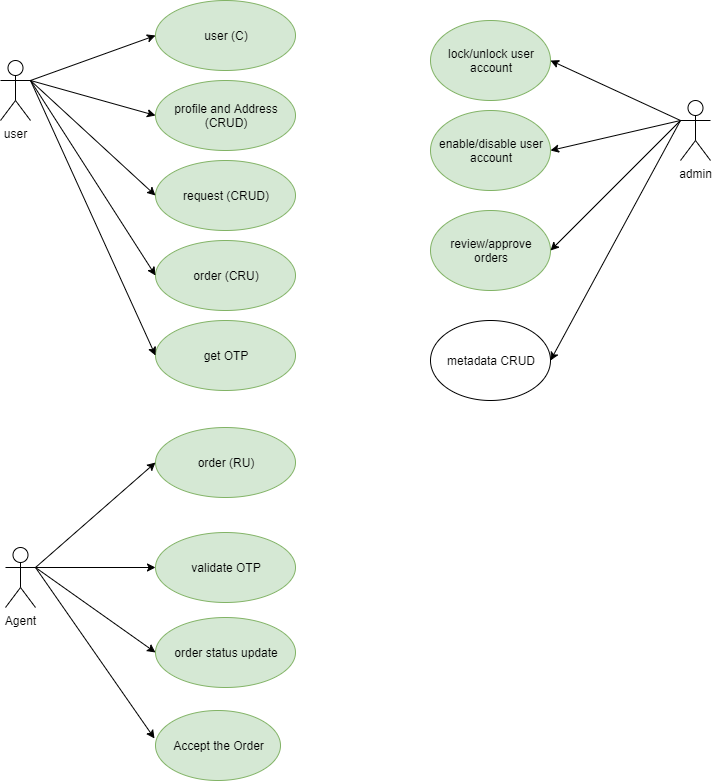
The draw.io diagram SimpleService.png in sridhar-jarch/simpleservice, before a commit. Source tidied: cells renumbered, new cells last; positions are measured from the earlier drawing's top-left corner, leaving out a move shared by most shapes.
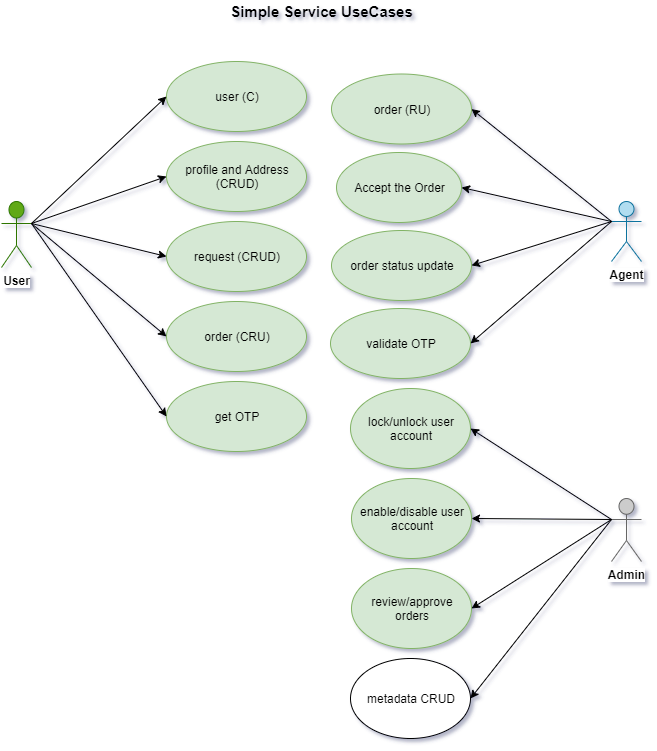
The same diagram one commit later.

Commit message:
updated style for usecase diagram in xml and image format

The edit, as a diff of the source:
```diff
@@ -2,8 +2,8 @@
   <root>
     <mxCell id="0" />
     <mxCell id="1" parent="0" />
-    <mxCell id="2" value="user" style="shape=umlActor;verticalLabelPosition=bottom;labelBackgroundColor=#ffffff;verticalAlign=top;html=1;" parent="1" vertex="1">
-      <mxGeometry y="60" width="30" height="60" as="geometry" />
+    <mxCell id="2" value="&lt;font color=&quot;#000000&quot;&gt;&lt;b&gt;User&lt;/b&gt;&lt;/font&gt;" style="shape=umlActor;verticalLabelPosition=bottom;labelBackgroundColor=#ffffff;verticalAlign=top;html=1;fillColor=#60a917;strokeColor=#2D7600;fontColor=#ffffff;" parent="1" vertex="1">
+      <mxGeometry x="-10" y="140" width="30" height="66" as="geometry" />
     </mxCell>
     <mxCell id="3" value="user (C)" style="ellipse;whiteSpace=wrap;html=1;fillColor=#d5e8d4;strokeColor=#82b366;" parent="1" vertex="1">
       <mxGeometry x="155" width="140" height="70" as="geometry" />
@@ -14,37 +14,35 @@
     <mxCell id="5" value="get OTP" style="ellipse;whiteSpace=wrap;html=1;fillColor=#d5e8d4;strokeColor=#82b366;" parent="1" vertex="1">
       <mxGeometry x="155" y="320" width="140" height="70" as="geometry" />
     </mxCell>
-    <mxCell id="6" value="Agent" style="shape=umlActor;verticalLabelPosition=bottom;labelBackgroundColor=#ffffff;verticalAlign=top;html=1;" parent="1" vertex="1">
-      <mxGeometry x="5" y="547" width="30" height="60" as="geometry" />
+    <mxCell id="6" value="&lt;b&gt;Agent&lt;/b&gt;" style="shape=umlActor;verticalLabelPosition=bottom;labelBackgroundColor=#ffffff;verticalAlign=top;html=1;fillColor=#b1ddf0;strokeColor=#10739e;" parent="1" vertex="1">
+      <mxGeometry x="600" y="140" width="30" height="60" as="geometry" />
     </mxCell>
     <mxCell id="7" value="order (RU)" style="ellipse;whiteSpace=wrap;html=1;fillColor=#d5e8d4;strokeColor=#82b366;" parent="1" vertex="1">
-      <mxGeometry x="155" y="427" width="140" height="70" as="geometry" />
+      <mxGeometry x="320" y="12.5" width="140" height="70" as="geometry" />
     </mxCell>
     <mxCell id="8" value="validate OTP" style="ellipse;whiteSpace=wrap;html=1;fillColor=#d5e8d4;strokeColor=#82b366;" parent="1" vertex="1">
-      <mxGeometry x="155" y="532" width="140" height="70" as="geometry" />
+      <mxGeometry x="319" y="247" width="140" height="70" as="geometry" />
     </mxCell>
     <mxCell id="9" value="order status update" style="ellipse;whiteSpace=wrap;html=1;fillColor=#d5e8d4;strokeColor=#82b366;" parent="1" vertex="1">
-      <mxGeometry x="155" y="617" width="140" height="70" as="geometry" />
+      <mxGeometry x="320" y="169" width="140" height="70" as="geometry" />
     </mxCell>
     <mxCell id="10" value="Accept the Order" style="ellipse;whiteSpace=wrap;html=1;fillColor=#d5e8d4;strokeColor=#82b366;" parent="1" vertex="1">
-      <mxGeometry x="155" y="710" width="125" height="70" as="geometry" />
+      <mxGeometry x="325" y="91" width="125" height="70" as="geometry" />
     </mxCell>
-    <mxCell id="11" style="endArrow=classic;html=1;entryX=-0.008;entryY=0.4;entryDx=0;entryDy=0;entryPerimeter=0;exitX=1;exitY=0.3333333333333333;exitDx=0;exitDy=0;exitPerimeter=0;" parent="1" edge="1" source="6" target="10">
+    <mxCell id="11" style="endArrow=classic;html=1;entryX=1;entryY=0.5;entryDx=0;entryDy=0;exitX=0;exitY=0.3333333333333333;exitDx=0;exitDy=0;exitPerimeter=0;" parent="1" edge="1" source="6" target="10">
       <mxGeometry relative="1" as="geometry" />
     </mxCell>
-    <mxCell id="12" value="admin" style="shape=umlActor;verticalLabelPosition=bottom;labelBackgroundColor=#ffffff;verticalAlign=top;html=1;outlineConnect=0;" parent="1" vertex="1">
-      <mxGeometry x="680" y="100" width="30" height="60" as="geometry" />
+    <mxCell id="12" value="Admin" style="shape=umlActor;verticalLabelPosition=bottom;labelBackgroundColor=#ffffff;verticalAlign=top;html=1;outlineConnect=0;fillColor=#CCCCCC;strokeColor=#666666;gradientColor=none;fontStyle=1;" parent="1" vertex="1">
+      <mxGeometry x="600" y="437" width="30" height="63" as="geometry" />
     </mxCell>
     <mxCell id="13" value="enable/disable user account" style="ellipse;whiteSpace=wrap;html=1;fillColor=#d5e8d4;strokeColor=#82b366;" parent="1" vertex="1">
-      <mxGeometry x="430" y="110" width="120" height="80" as="geometry" />
+      <mxGeometry x="340" y="417" width="120" height="80" as="geometry" />
     </mxCell>
     <mxCell id="14" value="metadata CRUD" style="ellipse;whiteSpace=wrap;html=1;" parent="1" vertex="1">
-      <mxGeometry x="430" y="320" width="120" height="80" as="geometry" />
+      <mxGeometry x="339" y="597" width="120" height="80" as="geometry" />
     </mxCell>
-    <mxCell id="15" style="endArrow=classic;html=1;entryX=1;entryY=0.5;entryDx=0;entryDy=0;" parent="1" edge="1" target="13">
-      <mxGeometry relative="1" as="geometry">
-        <mxPoint x="680" y="120" as="sourcePoint" />
-      </mxGeometry>
+    <mxCell id="15" style="endArrow=classic;html=1;entryX=1;entryY=0.5;entryDx=0;entryDy=0;exitX=0;exitY=0.3333333333333333;exitDx=0;exitDy=0;exitPerimeter=0;" parent="1" edge="1" source="12" target="13">
+      <mxGeometry relative="1" as="geometry" />
     </mxCell>
     <mxCell id="16" style="endArrow=classic;html=1;exitX=0;exitY=0.3333333333333333;exitDx=0;exitDy=0;exitPerimeter=0;entryX=1;entryY=0.5;entryDx=0;entryDy=0;" parent="1" edge="1" source="12" target="14">
       <mxGeometry relative="1" as="geometry" />
@@ -55,53 +53,44 @@
     <mxCell id="18" style="endArrow=classic;html=1;entryX=0;entryY=0.5;entryDx=0;entryDy=0;exitX=1;exitY=0.3333333333333333;exitDx=0;exitDy=0;exitPerimeter=0;" parent="1" edge="1" source="2" target="17">
       <mxGeometry relative="1" as="geometry" />
     </mxCell>
-    <mxCell id="19" style="endArrow=classic;html=1;entryX=0;entryY=0.5;entryDx=0;entryDy=0;" parent="1" edge="1" target="20">
-      <mxGeometry relative="1" as="geometry">
-        <mxPoint x="30" y="80" as="sourcePoint" />
-      </mxGeometry>
+    <mxCell id="19" style="endArrow=classic;html=1;entryX=0;entryY=0.5;entryDx=0;entryDy=0;exitX=1;exitY=0.3333333333333333;exitDx=0;exitDy=0;exitPerimeter=0;" parent="1" edge="1" source="2" target="20">
+      <mxGeometry relative="1" as="geometry" />
     </mxCell>
     <mxCell id="20" value="profile and Address (CRUD)" style="ellipse;whiteSpace=wrap;html=1;fillColor=#d5e8d4;strokeColor=#82b366;" parent="1" vertex="1">
       <mxGeometry x="155" y="80" width="140" height="70" as="geometry" />
     </mxCell>
     <mxCell id="21" value="lock/unlock user account" style="ellipse;whiteSpace=wrap;html=1;fillColor=#d5e8d4;strokeColor=#82b366;" parent="1" vertex="1">
-      <mxGeometry x="430" y="20" width="120" height="80" as="geometry" />
+      <mxGeometry x="339" y="327" width="120" height="80" as="geometry" />
     </mxCell>
-    <mxCell id="22" style="endArrow=classic;html=1;entryX=1;entryY=0.5;entryDx=0;entryDy=0;" parent="1" edge="1" target="21">
-      <mxGeometry relative="1" as="geometry">
-        <mxPoint x="680" y="120" as="sourcePoint" />
-      </mxGeometry>
+    <mxCell id="22" style="endArrow=classic;html=1;entryX=1;entryY=0.5;entryDx=0;entryDy=0;exitX=0;exitY=0.3333333333333333;exitDx=0;exitDy=0;exitPerimeter=0;" parent="1" edge="1" source="12" target="21">
+      <mxGeometry relative="1" as="geometry" />
     </mxCell>
     <mxCell id="23" value="review/approve orders" style="ellipse;whiteSpace=wrap;html=1;fillColor=#d5e8d4;strokeColor=#82b366;" parent="1" vertex="1">
-      <mxGeometry x="430" y="210" width="120" height="80" as="geometry" />
+      <mxGeometry x="340" y="507" width="120" height="80" as="geometry" />
     </mxCell>
-    <mxCell id="24" style="endArrow=classic;html=1;entryX=1;entryY=0.5;entryDx=0;entryDy=0;" parent="1" edge="1" target="23">
-      <mxGeometry relative="1" as="geometry">
-        <mxPoint x="680" y="120" as="sourcePoint" />
-      </mxGeometry>
+    <mxCell id="24" style="endArrow=classic;html=1;entryX=1;entryY=0.5;entryDx=0;entryDy=0;exitX=0;exitY=0.3333333333333333;exitDx=0;exitDy=0;exitPerimeter=0;" parent="1" edge="1" source="12" target="23">
+      <mxGeometry relative="1" as="geometry" />
     </mxCell>
-    <mxCell id="25" style="endArrow=classic;html=1;exitX=1;exitY=0.3333333333333333;exitDx=0;exitDy=0;exitPerimeter=0;entryX=0;entryY=0.5;entryDx=0;entryDy=0;" parent="1" edge="1" source="6" target="7">
+    <mxCell id="25" style="endArrow=classic;html=1;entryX=1;entryY=0.5;entryDx=0;entryDy=0;exitX=0;exitY=0.3333333333333333;exitDx=0;exitDy=0;exitPerimeter=0;" parent="1" edge="1" source="6" target="7">
       <mxGeometry relative="1" as="geometry" />
     </mxCell>
-    <mxCell id="26" style="endArrow=classic;html=1;exitX=1;exitY=0.3333333333333333;exitDx=0;exitDy=0;exitPerimeter=0;entryX=0;entryY=0.5;entryDx=0;entryDy=0;" parent="1" edge="1" source="6" target="8">
+    <mxCell id="26" style="endArrow=classic;html=1;exitX=0;exitY=0.3333333333333333;exitDx=0;exitDy=0;exitPerimeter=0;entryX=1;entryY=0.5;entryDx=0;entryDy=0;" parent="1" edge="1" source="6" target="8">
       <mxGeometry relative="1" as="geometry" />
     </mxCell>
-    <mxCell id="27" style="endArrow=classic;html=1;entryX=0;entryY=0.5;entryDx=0;entryDy=0;exitX=1;exitY=0.3333333333333333;exitDx=0;exitDy=0;exitPerimeter=0;" parent="1" edge="1" source="6" target="9">
+    <mxCell id="27" style="endArrow=classic;html=1;entryX=1;entryY=0.5;entryDx=0;entryDy=0;exitX=0;exitY=0.3333333333333333;exitDx=0;exitDy=0;exitPerimeter=0;" parent="1" edge="1" source="6" target="9">
       <mxGeometry relative="1" as="geometry" />
     </mxCell>
-    <mxCell id="28" style="endArrow=classic;html=1;entryX=0;entryY=0.5;entryDx=0;entryDy=0;" parent="1" edge="1" target="4">
-      <mxGeometry relative="1" as="geometry">
-        <mxPoint x="30" y="80" as="sourcePoint" />
-      </mxGeometry>
+    <mxCell id="28" style="endArrow=classic;html=1;entryX=0;entryY=0.5;entryDx=0;entryDy=0;exitX=1;exitY=0.3333333333333333;exitDx=0;exitDy=0;exitPerimeter=0;" parent="1" edge="1" source="2" target="4">
+      <mxGeometry relative="1" as="geometry" />
     </mxCell>
-    <mxCell id="29" style="endArrow=classic;html=1;entryX=0;entryY=0.5;entryDx=0;entryDy=0;" parent="1" edge="1" target="5">
-      <mxGeometry relative="1" as="geometry">
-        <mxPoint x="30" y="80" as="sourcePoint" />
-      </mxGeometry>
+    <mxCell id="29" style="endArrow=classic;html=1;entryX=0;entryY=0.5;entryDx=0;entryDy=0;exitX=1;exitY=0.3333333333333333;exitDx=0;exitDy=0;exitPerimeter=0;" parent="1" edge="1" source="2" target="5">
+      <mxGeometry relative="1" as="geometry" />
     </mxCell>
-    <mxCell id="30" style="endArrow=classic;html=1;entryX=0;entryY=0.5;entryDx=0;entryDy=0;" parent="1" edge="1" target="3">
-      <mxGeometry relative="1" as="geometry">
-        <mxPoint x="30" y="80" as="sourcePoint" />
-      </mxGeometry>
+    <mxCell id="30" style="endArrow=classic;html=1;entryX=0;entryY=0.5;entryDx=0;entryDy=0;exitX=1;exitY=0.3333333333333333;exitDx=0;exitDy=0;exitPerimeter=0;" parent="1" edge="1" source="2" target="3">
+      <mxGeometry relative="1" as="geometry" />
     </mxCell>
+    <mxCell id="31" value="&lt;b&gt;&lt;font style=&quot;font-size: 15px&quot;&gt;Simple Service UseCases&lt;/font&gt;&lt;/b&gt;" style="text;html=1;align=center;verticalAlign=middle;" parent="1" vertex="1">
+      <mxGeometry x="210" y="-60" width="200" height="20" as="geometry" />
+    </mxCell>
   </root>
 </mxGraphModel>
```
